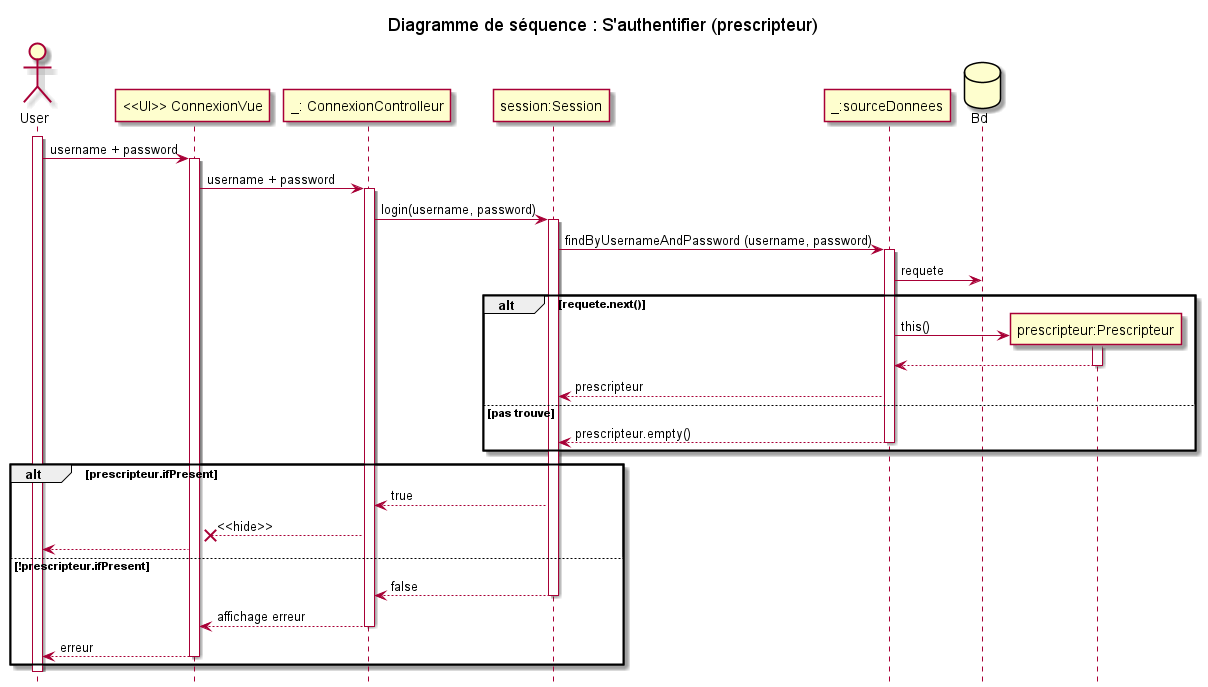
fethiuqam/INF5153-Projet-Session keeps this PlantUML diagram as models/Diagramme_Sequences/S'authentifier/sequence_diagram_authentifier.png. Above is the earlier version.
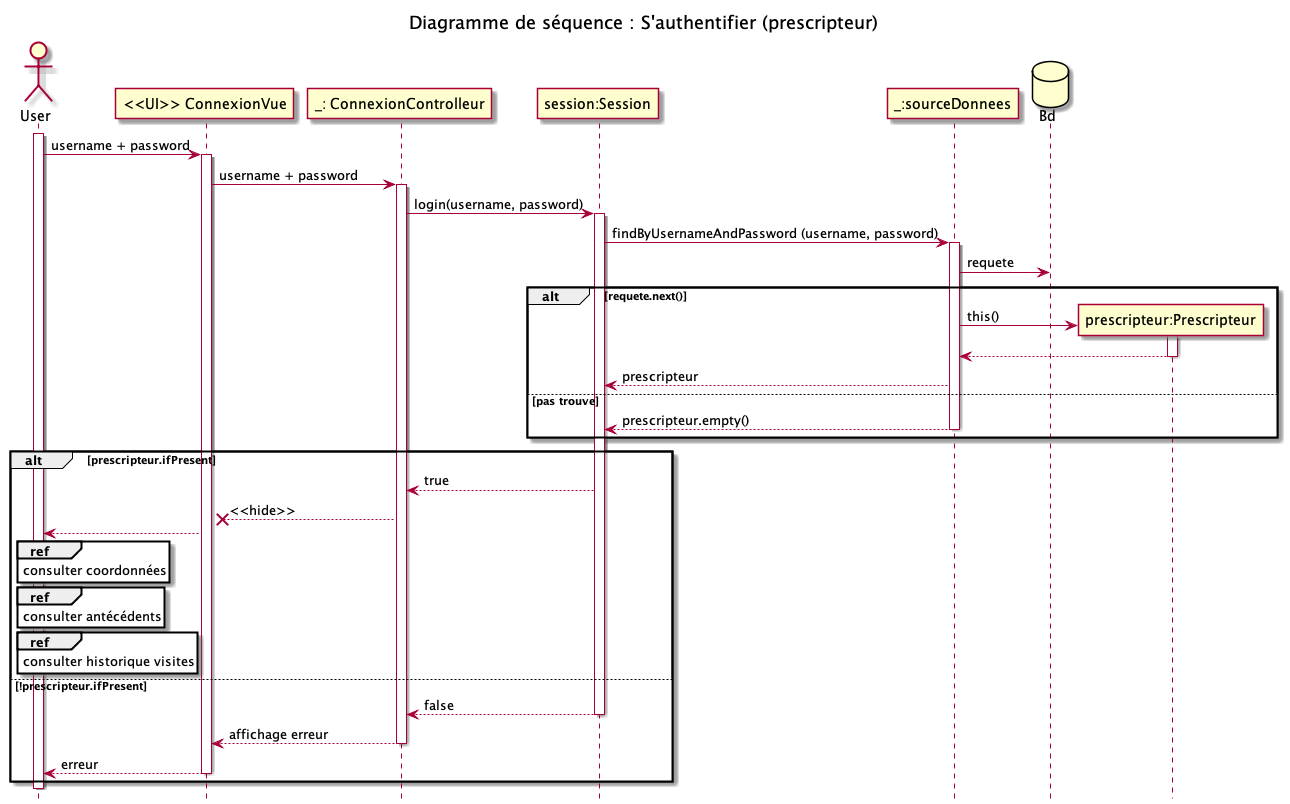
After the change.

Commit message:
diagram sequence s'authentifier png

The edit, as a diff of the source:
```diff
@@ -38,6 +38,9 @@
         ses --> cc : true
         cc -->x cv : <<hide>>
         cv --> usr
+        ref over usr : consulter coordonnées
+        ref over usr : consulter antécédents
+        ref over usr : consulter historique visites
     else !prescripteur.ifPresent
         ses --> cc : false
         deactivate ses
```
